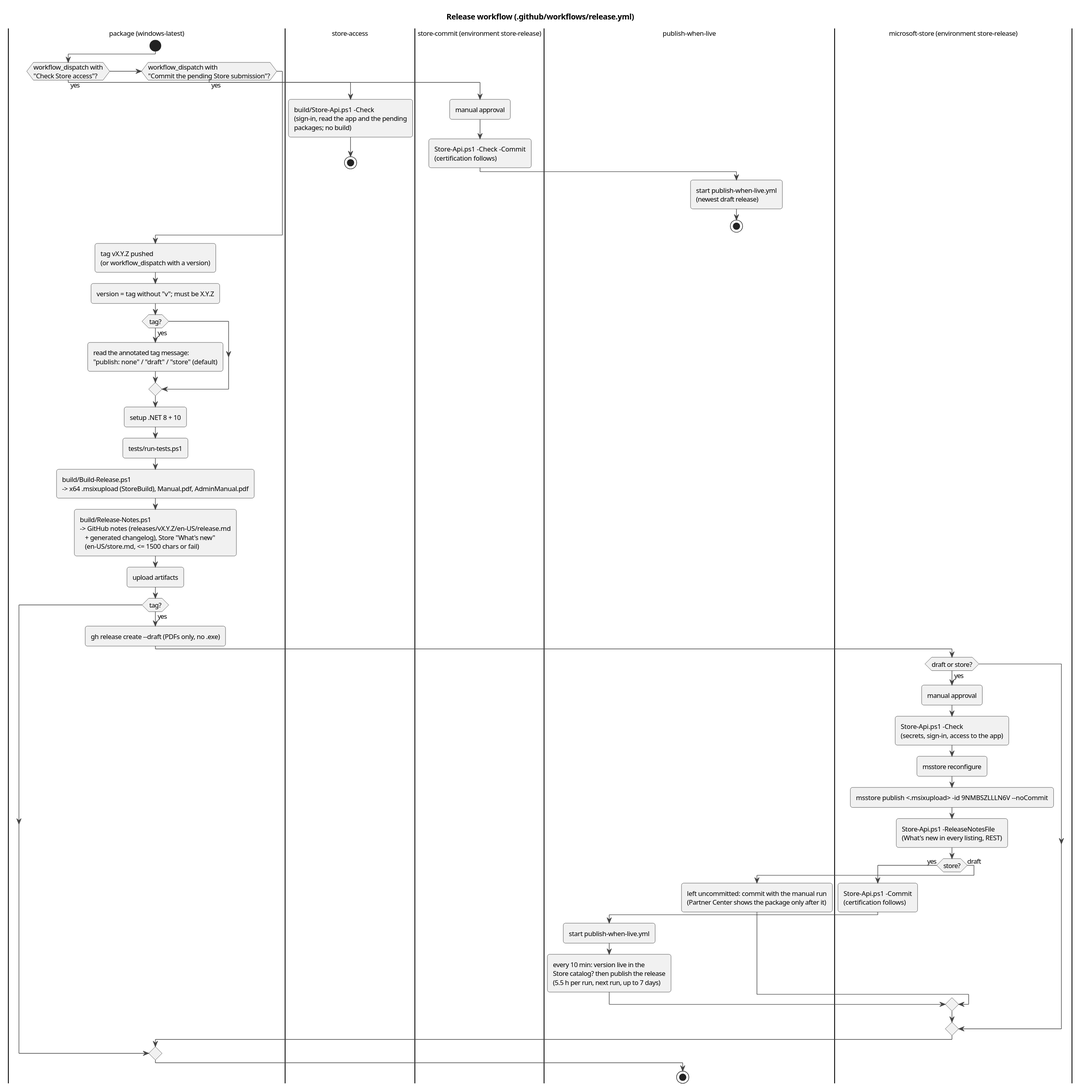
halatsWol/TextTemplateManager-v2 keeps this PlantUML diagram as docs/architecture/diagrams/act-release.svg. Above is the earlier version.
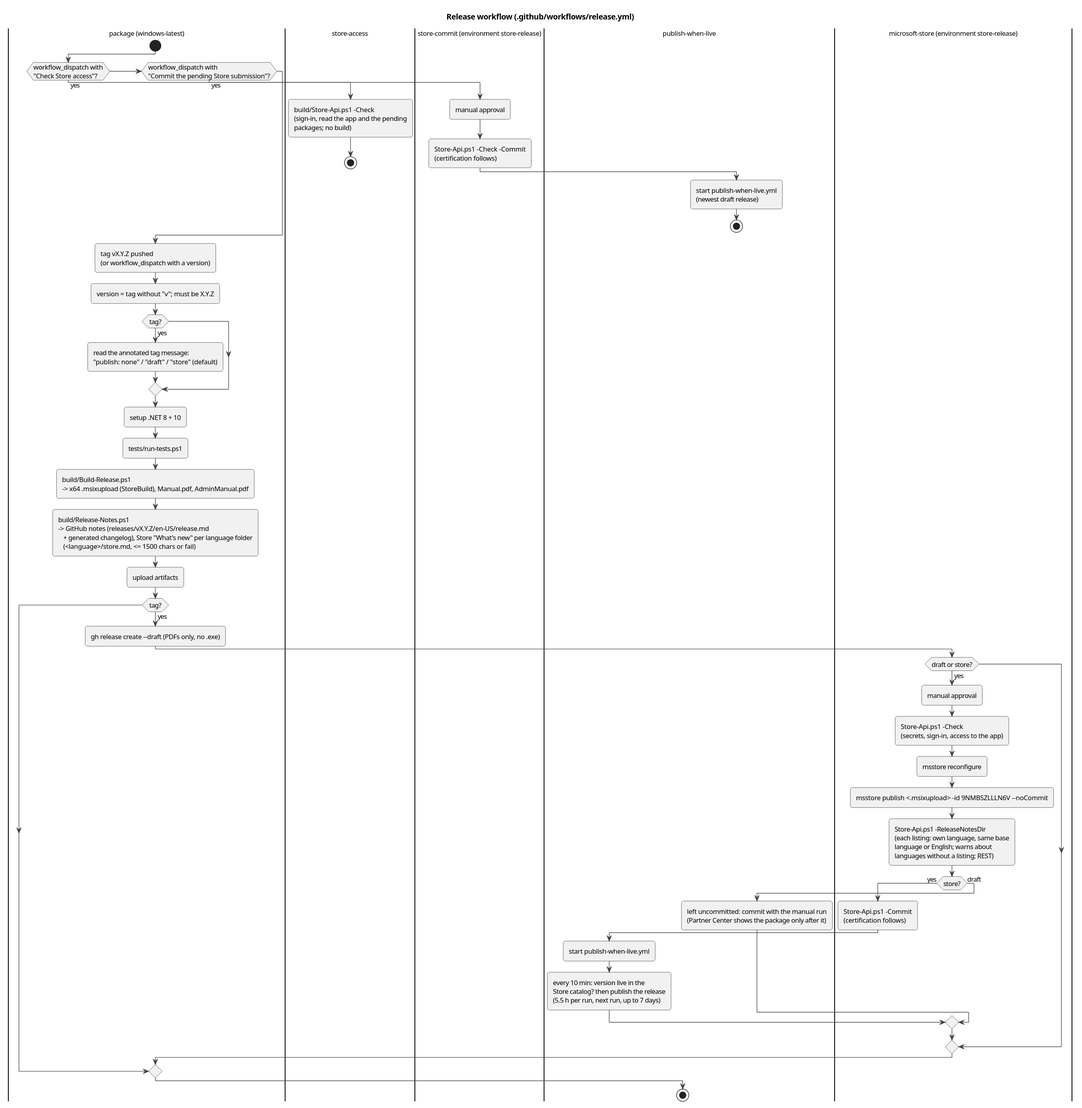
After the change.

Commit message:
store: whats new per listing language, languages found from the release folder; warning for languages without a listing

Change to the diagram source:
```diff
@@ -25,7 +25,7 @@
 :setup .NET 8 + 10;
 :tests/run-tests.ps1;
 :build/Build-Release.ps1\n-> x64 .msixupload (StoreBuild), Manual.pdf, AdminManual.pdf;
-:build/Release-Notes.ps1\n-> GitHub notes (releases/vX.Y.Z/en-US/release.md\n   + generated changelog), Store "What's new"\n   (en-US/store.md, <= 1500 chars or fail);
+:build/Release-Notes.ps1\n-> GitHub notes (releases/vX.Y.Z/en-US/release.md\n   + generated changelog), Store "What's new" per language folder\n   (<language>/store.md, <= 1500 chars or fail);
 :upload artifacts;
 if (tag?) then (yes)
   :gh release create --draft (PDFs only, no .exe);
@@ -35,7 +35,7 @@
     :Store-Api.ps1 -Check\n(secrets, sign-in, access to the app);
     :msstore reconfigure;
     :msstore publish <.msixupload> -id 9NMBSZLLLN6V --noCommit;
-    :Store-Api.ps1 -ReleaseNotesFile\n(What's new in every listing, REST);
+    :Store-Api.ps1 -ReleaseNotesDir\n(each listing: own language, same base\nlanguage or English; warns about\nlanguages without a listing; REST);
     if (store?) then (yes)
       :Store-Api.ps1 -Commit\n(certification follows);
       |publish-when-live|
```
